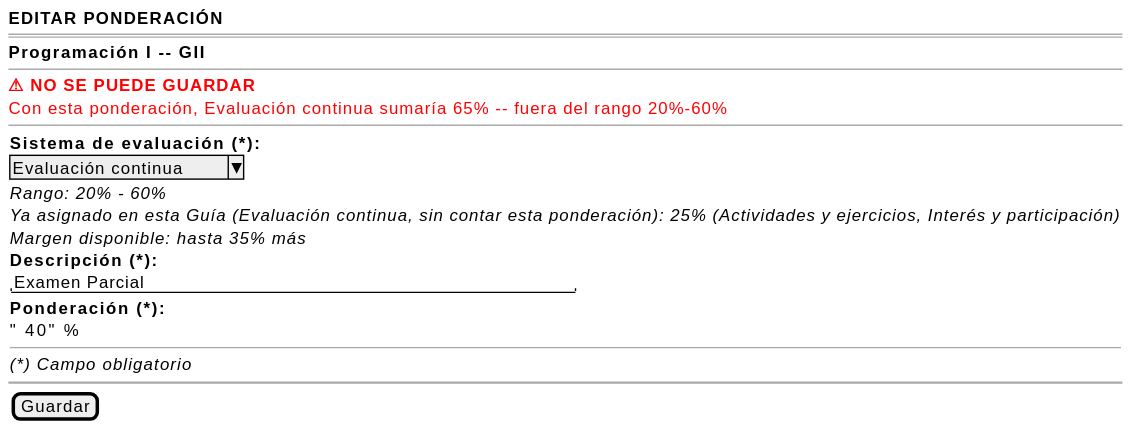
The PlantUML diagram images/RUP/01-requisitos/03-detalle-casos-uso/editarPonderacionEvaluacion/wireframe-error.svg in mmasias/pyCeldaPublico, before a commit. The source it was exported from:
```plantuml
@startsalt editarPonderacionEvaluacion-wireframe-error
{
    <b>EDITAR PONDERACIÓN</b>
    ====
    <b>Programación I -- GII</b>
    --
    <color:red><b>⚠ NO SE PUEDE GUARDAR</b></color>
    <color:red>Con esta ponderación, Evaluación continua sumaría 65% -- fuera del rango 20%-60%</color>
    --
    {
        <b>Sistema de evaluación (*):</b>
        ^Evaluación continua^
        <i>Rango: 20% - 60%</i>
        <i>Ya asignado en esta Guía (Evaluación continua, sin contar esta ponderación): 25% (Actividades y ejercicios, Interés y participación)</i>
        <i>Margen disponible: hasta 35% más</i>
        <b>Descripción (*):</b>
        "Examen Parcial                                    "
        <b>Ponderación (*):</b>
        "  40" %
        --
        <i>(*) Campo obligatorio</i>
    }
    ~~
    {[Guardar]}
}
@endsalt
```
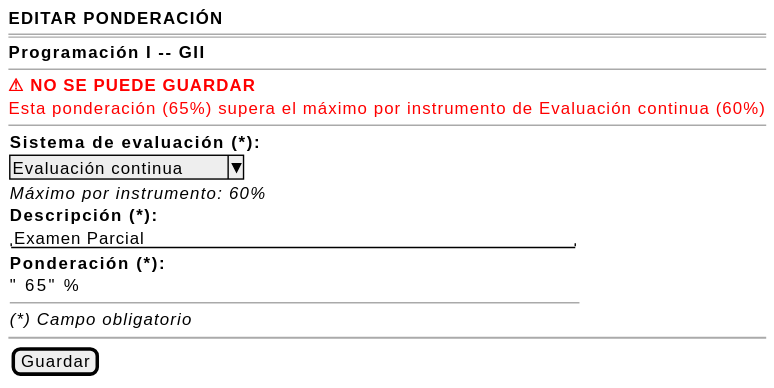
The same diagram one commit later.

What changed in the source:
```diff
@@ -5,18 +5,16 @@
     <b>Programación I -- GII</b>
     --
     <color:red><b>⚠ NO SE PUEDE GUARDAR</b></color>
-    <color:red>Con esta ponderación, Evaluación continua sumaría 65% -- fuera del rango 20%-60%</color>
+    <color:red>Esta ponderación (65%) supera el máximo por instrumento de Evaluación continua (60%)</color>
     --
     {
         <b>Sistema de evaluación (*):</b>
         ^Evaluación continua^
-        <i>Rango: 20% - 60%</i>
-        <i>Ya asignado en esta Guía (Evaluación continua, sin contar esta ponderación): 25% (Actividades y ejercicios, Interés y participación)</i>
-        <i>Margen disponible: hasta 35% más</i>
+        <i>Máximo por instrumento: 60%</i>
         <b>Descripción (*):</b>
         "Examen Parcial                                    "
         <b>Ponderación (*):</b>
-        "  40" %
+        "  65" %
         --
         <i>(*) Campo obligatorio</i>
     }
```
